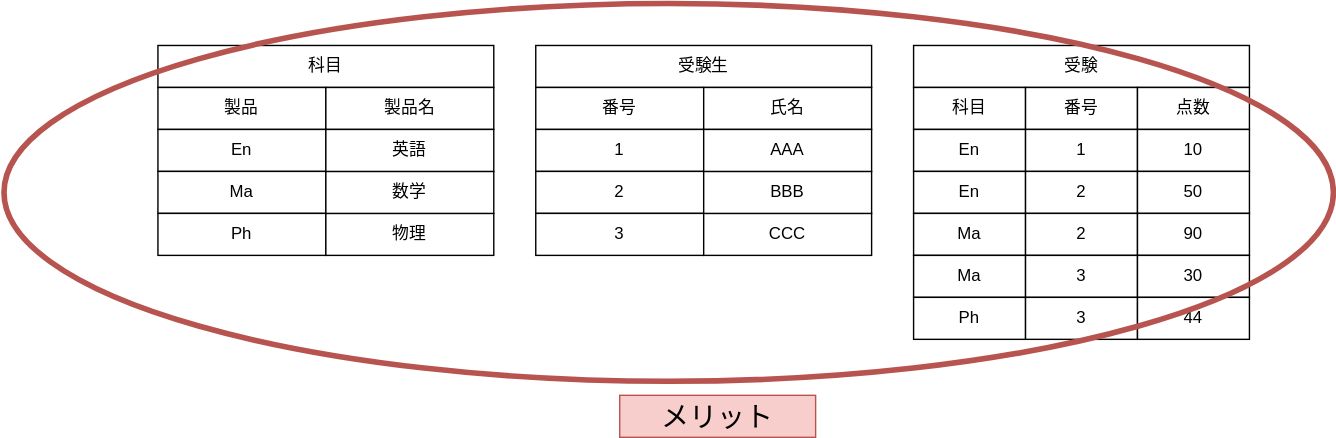
The draw.io diagram static/img/svg/Database/data-model/data-model-3.drawio.svg in koseki2580/study-docs, before a commit. Source tidied: cells renumbered, new cells last; positions are measured from the earlier drawing's top-left corner, leaving out a move shared by most shapes. Its diagram source:
```xml
<mxGraphModel>
  <root>
    <mxCell id="0" />
    <mxCell id="1" parent="0" />
    <mxCell id="2" value="科目" style="rounded=0;whiteSpace=wrap;html=1;" parent="1" vertex="1">
      <mxGeometry x="110" y="30" width="240" height="30" as="geometry" />
    </mxCell>
    <mxCell id="3" value="製品" style="rounded=0;whiteSpace=wrap;html=1;" parent="1" vertex="1">
      <mxGeometry x="110" y="60" width="120" height="30" as="geometry" />
    </mxCell>
    <mxCell id="4" value="製品名" style="rounded=0;whiteSpace=wrap;html=1;" parent="1" vertex="1">
      <mxGeometry x="230" y="60" width="120" height="30" as="geometry" />
    </mxCell>
    <mxCell id="5" value="En" style="rounded=0;whiteSpace=wrap;html=1;" parent="1" vertex="1">
      <mxGeometry x="110" y="90" width="120" height="30" as="geometry" />
    </mxCell>
    <mxCell id="6" value="Ma" style="rounded=0;whiteSpace=wrap;html=1;" parent="1" vertex="1">
      <mxGeometry x="110" y="120" width="120" height="30" as="geometry" />
    </mxCell>
    <mxCell id="7" value="Ph" style="rounded=0;whiteSpace=wrap;html=1;" parent="1" vertex="1">
      <mxGeometry x="110" y="150" width="120" height="30" as="geometry" />
    </mxCell>
    <mxCell id="8" value="物理" style="rounded=0;whiteSpace=wrap;html=1;" parent="1" vertex="1">
      <mxGeometry x="230" y="150" width="120" height="30" as="geometry" />
    </mxCell>
    <mxCell id="9" value="数学" style="rounded=0;whiteSpace=wrap;html=1;" parent="1" vertex="1">
      <mxGeometry x="230" y="120" width="120" height="30" as="geometry" />
    </mxCell>
    <mxCell id="10" value="英語" style="rounded=0;whiteSpace=wrap;html=1;" parent="1" vertex="1">
      <mxGeometry x="230" y="90" width="120" height="30" as="geometry" />
    </mxCell>
    <mxCell id="11" value="受験生" style="rounded=0;whiteSpace=wrap;html=1;" parent="1" vertex="1">
      <mxGeometry x="380" y="30" width="240" height="30" as="geometry" />
    </mxCell>
    <mxCell id="12" value="番号" style="rounded=0;whiteSpace=wrap;html=1;" parent="1" vertex="1">
      <mxGeometry x="380" y="60" width="120" height="30" as="geometry" />
    </mxCell>
    <mxCell id="13" value="氏名" style="rounded=0;whiteSpace=wrap;html=1;" parent="1" vertex="1">
      <mxGeometry x="500" y="60" width="120" height="30" as="geometry" />
    </mxCell>
    <mxCell id="14" value="1" style="rounded=0;whiteSpace=wrap;html=1;" parent="1" vertex="1">
      <mxGeometry x="380" y="90" width="120" height="30" as="geometry" />
    </mxCell>
    <mxCell id="15" value="2" style="rounded=0;whiteSpace=wrap;html=1;" parent="1" vertex="1">
      <mxGeometry x="380" y="120" width="120" height="30" as="geometry" />
    </mxCell>
    <mxCell id="16" value="3" style="rounded=0;whiteSpace=wrap;html=1;" parent="1" vertex="1">
      <mxGeometry x="380" y="150" width="120" height="30" as="geometry" />
    </mxCell>
    <mxCell id="17" value="CCC" style="rounded=0;whiteSpace=wrap;html=1;" parent="1" vertex="1">
      <mxGeometry x="500" y="150" width="120" height="30" as="geometry" />
    </mxCell>
    <mxCell id="18" value="BBB" style="rounded=0;whiteSpace=wrap;html=1;" parent="1" vertex="1">
      <mxGeometry x="500" y="120" width="120" height="30" as="geometry" />
    </mxCell>
    <mxCell id="19" value="AAA" style="rounded=0;whiteSpace=wrap;html=1;" parent="1" vertex="1">
      <mxGeometry x="500" y="90" width="120" height="30" as="geometry" />
    </mxCell>
    <mxCell id="20" value="受験" style="rounded=0;whiteSpace=wrap;html=1;" parent="1" vertex="1">
      <mxGeometry x="650" y="30" width="240" height="30" as="geometry" />
    </mxCell>
    <mxCell id="21" value="科目" style="rounded=0;whiteSpace=wrap;html=1;" parent="1" vertex="1">
      <mxGeometry x="650" y="60" width="80" height="30" as="geometry" />
    </mxCell>
    <mxCell id="22" value="番号" style="rounded=0;whiteSpace=wrap;html=1;" parent="1" vertex="1">
      <mxGeometry x="730" y="60" width="80" height="30" as="geometry" />
    </mxCell>
    <mxCell id="23" value="点数" style="rounded=0;whiteSpace=wrap;html=1;" parent="1" vertex="1">
      <mxGeometry x="810" y="60" width="80" height="30" as="geometry" />
    </mxCell>
    <mxCell id="24" value="En" style="rounded=0;whiteSpace=wrap;html=1;" parent="1" vertex="1">
      <mxGeometry x="650" y="90" width="80" height="30" as="geometry" />
    </mxCell>
    <mxCell id="25" value="1" style="rounded=0;whiteSpace=wrap;html=1;" parent="1" vertex="1">
      <mxGeometry x="730" y="90" width="80" height="30" as="geometry" />
    </mxCell>
    <mxCell id="26" value="10" style="rounded=0;whiteSpace=wrap;html=1;" parent="1" vertex="1">
      <mxGeometry x="810" y="90" width="80" height="30" as="geometry" />
    </mxCell>
    <mxCell id="27" value="En" style="rounded=0;whiteSpace=wrap;html=1;" parent="1" vertex="1">
      <mxGeometry x="650" y="120" width="80" height="30" as="geometry" />
    </mxCell>
    <mxCell id="28" value="2" style="rounded=0;whiteSpace=wrap;html=1;" parent="1" vertex="1">
      <mxGeometry x="730" y="120" width="80" height="30" as="geometry" />
    </mxCell>
    <mxCell id="29" value="50" style="rounded=0;whiteSpace=wrap;html=1;" parent="1" vertex="1">
      <mxGeometry x="810" y="120" width="80" height="30" as="geometry" />
    </mxCell>
    <mxCell id="30" value="Ma" style="rounded=0;whiteSpace=wrap;html=1;" parent="1" vertex="1">
      <mxGeometry x="650" y="150" width="80" height="30" as="geometry" />
    </mxCell>
    <mxCell id="31" value="2" style="rounded=0;whiteSpace=wrap;html=1;" parent="1" vertex="1">
      <mxGeometry x="730" y="150" width="80" height="30" as="geometry" />
    </mxCell>
    <mxCell id="32" value="90" style="rounded=0;whiteSpace=wrap;html=1;" parent="1" vertex="1">
      <mxGeometry x="810" y="150" width="80" height="30" as="geometry" />
    </mxCell>
    <mxCell id="33" value="Ma" style="rounded=0;whiteSpace=wrap;html=1;" parent="1" vertex="1">
      <mxGeometry x="650" y="180" width="80" height="30" as="geometry" />
    </mxCell>
    <mxCell id="34" value="3" style="rounded=0;whiteSpace=wrap;html=1;" parent="1" vertex="1">
      <mxGeometry x="730" y="180" width="80" height="30" as="geometry" />
    </mxCell>
    <mxCell id="35" value="30" style="rounded=0;whiteSpace=wrap;html=1;" parent="1" vertex="1">
      <mxGeometry x="810" y="180" width="80" height="30" as="geometry" />
    </mxCell>
    <mxCell id="36" value="Ph" style="rounded=0;whiteSpace=wrap;html=1;" parent="1" vertex="1">
      <mxGeometry x="650" y="210" width="80" height="30" as="geometry" />
    </mxCell>
    <mxCell id="37" value="3" style="rounded=0;whiteSpace=wrap;html=1;" parent="1" vertex="1">
      <mxGeometry x="730" y="210" width="80" height="30" as="geometry" />
    </mxCell>
    <mxCell id="38" value="44" style="rounded=0;whiteSpace=wrap;html=1;" parent="1" vertex="1">
      <mxGeometry x="810" y="210" width="80" height="30" as="geometry" />
    </mxCell>
    <mxCell id="39" style="ellipse;whiteSpace=wrap;html=1;fillColor=none;strokeColor=#b85450;strokeWidth=4;" parent="1" vertex="1">
      <mxGeometry width="950" height="270" as="geometry" />
    </mxCell>
    <mxCell id="40" value="メリット" style="text;html=1;strokeColor=#b85450;fillColor=#f8cecc;align=center;verticalAlign=middle;whiteSpace=wrap;rounded=0;fontSize=20;" parent="1" vertex="1">
      <mxGeometry x="440" y="280" width="140" height="30" as="geometry" />
    </mxCell>
  </root>
</mxGraphModel>
```
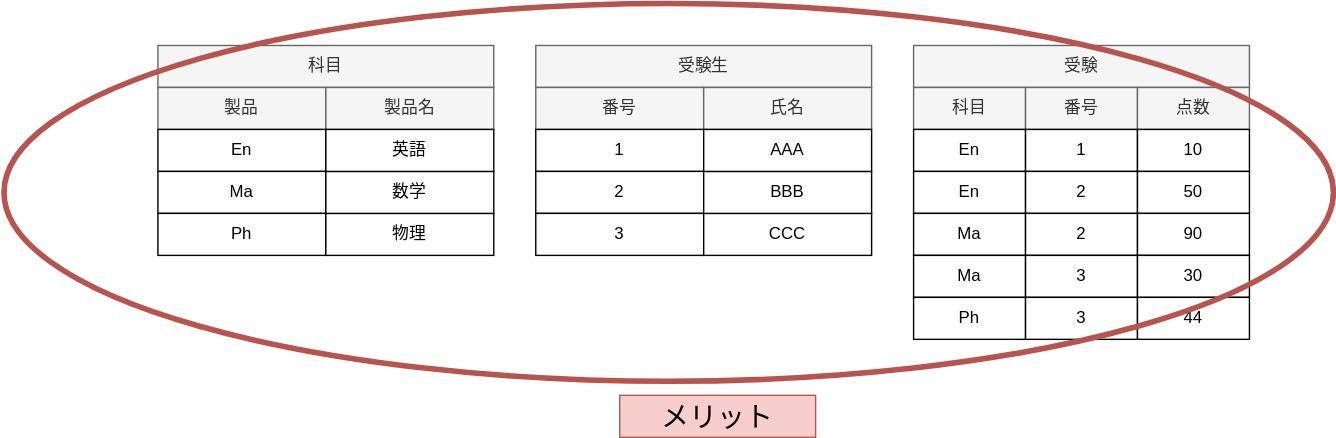
After the change.

Change to the diagram source:
```diff
@@ -2,13 +2,13 @@
   <root>
     <mxCell id="0" />
     <mxCell id="1" parent="0" />
-    <mxCell id="2" value="科目" style="rounded=0;whiteSpace=wrap;html=1;" parent="1" vertex="1">
+    <mxCell id="2" value="科目" style="rounded=0;whiteSpace=wrap;html=1;fillColor=#f5f5f5;fontColor=#333333;strokeColor=#666666;" parent="1" vertex="1">
       <mxGeometry x="110" y="30" width="240" height="30" as="geometry" />
     </mxCell>
-    <mxCell id="3" value="製品" style="rounded=0;whiteSpace=wrap;html=1;" parent="1" vertex="1">
+    <mxCell id="3" value="製品" style="rounded=0;whiteSpace=wrap;html=1;fillColor=#f5f5f5;fontColor=#333333;strokeColor=#666666;" parent="1" vertex="1">
       <mxGeometry x="110" y="60" width="120" height="30" as="geometry" />
     </mxCell>
-    <mxCell id="4" value="製品名" style="rounded=0;whiteSpace=wrap;html=1;" parent="1" vertex="1">
+    <mxCell id="4" value="製品名" style="rounded=0;whiteSpace=wrap;html=1;fillColor=#f5f5f5;fontColor=#333333;strokeColor=#666666;" parent="1" vertex="1">
       <mxGeometry x="230" y="60" width="120" height="30" as="geometry" />
     </mxCell>
     <mxCell id="5" value="En" style="rounded=0;whiteSpace=wrap;html=1;" parent="1" vertex="1">
@@ -29,13 +29,13 @@
     <mxCell id="10" value="英語" style="rounded=0;whiteSpace=wrap;html=1;" parent="1" vertex="1">
       <mxGeometry x="230" y="90" width="120" height="30" as="geometry" />
     </mxCell>
-    <mxCell id="11" value="受験生" style="rounded=0;whiteSpace=wrap;html=1;" parent="1" vertex="1">
+    <mxCell id="11" value="受験生" style="rounded=0;whiteSpace=wrap;html=1;fillColor=#f5f5f5;fontColor=#333333;strokeColor=#666666;" parent="1" vertex="1">
       <mxGeometry x="380" y="30" width="240" height="30" as="geometry" />
     </mxCell>
-    <mxCell id="12" value="番号" style="rounded=0;whiteSpace=wrap;html=1;" parent="1" vertex="1">
+    <mxCell id="12" value="番号" style="rounded=0;whiteSpace=wrap;html=1;fillColor=#f5f5f5;fontColor=#333333;strokeColor=#666666;" parent="1" vertex="1">
       <mxGeometry x="380" y="60" width="120" height="30" as="geometry" />
     </mxCell>
-    <mxCell id="13" value="氏名" style="rounded=0;whiteSpace=wrap;html=1;" parent="1" vertex="1">
+    <mxCell id="13" value="氏名" style="rounded=0;whiteSpace=wrap;html=1;fillColor=#f5f5f5;fontColor=#333333;strokeColor=#666666;" parent="1" vertex="1">
       <mxGeometry x="500" y="60" width="120" height="30" as="geometry" />
     </mxCell>
     <mxCell id="14" value="1" style="rounded=0;whiteSpace=wrap;html=1;" parent="1" vertex="1">
@@ -56,16 +56,16 @@
     <mxCell id="19" value="AAA" style="rounded=0;whiteSpace=wrap;html=1;" parent="1" vertex="1">
       <mxGeometry x="500" y="90" width="120" height="30" as="geometry" />
     </mxCell>
-    <mxCell id="20" value="受験" style="rounded=0;whiteSpace=wrap;html=1;" parent="1" vertex="1">
+    <mxCell id="20" value="受験" style="rounded=0;whiteSpace=wrap;html=1;fillColor=#f5f5f5;fontColor=#333333;strokeColor=#666666;" parent="1" vertex="1">
       <mxGeometry x="650" y="30" width="240" height="30" as="geometry" />
     </mxCell>
-    <mxCell id="21" value="科目" style="rounded=0;whiteSpace=wrap;html=1;" parent="1" vertex="1">
+    <mxCell id="21" value="科目" style="rounded=0;whiteSpace=wrap;html=1;fillColor=#f5f5f5;fontColor=#333333;strokeColor=#666666;" parent="1" vertex="1">
       <mxGeometry x="650" y="60" width="80" height="30" as="geometry" />
     </mxCell>
-    <mxCell id="22" value="番号" style="rounded=0;whiteSpace=wrap;html=1;" parent="1" vertex="1">
+    <mxCell id="22" value="番号" style="rounded=0;whiteSpace=wrap;html=1;fillColor=#f5f5f5;fontColor=#333333;strokeColor=#666666;" parent="1" vertex="1">
       <mxGeometry x="730" y="60" width="80" height="30" as="geometry" />
     </mxCell>
-    <mxCell id="23" value="点数" style="rounded=0;whiteSpace=wrap;html=1;" parent="1" vertex="1">
+    <mxCell id="23" value="点数" style="rounded=0;whiteSpace=wrap;html=1;fillColor=#f5f5f5;fontColor=#333333;strokeColor=#666666;" parent="1" vertex="1">
       <mxGeometry x="810" y="60" width="80" height="30" as="geometry" />
     </mxCell>
     <mxCell id="24" value="En" style="rounded=0;whiteSpace=wrap;html=1;" parent="1" vertex="1">
```
